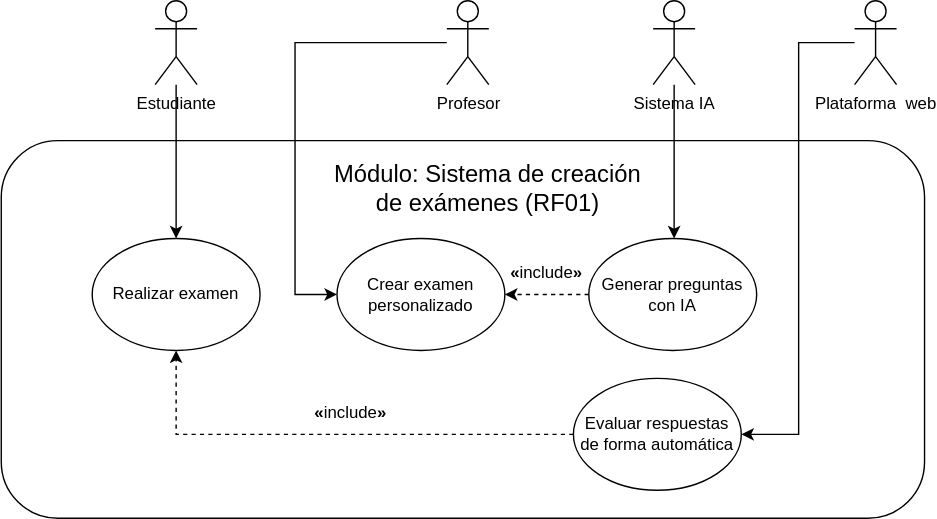
Earlier version of the draw.io export docs/usecases/UCD-gestionDeExamenes.svg (Juanb7737/calificia). Source tidied: cells renumbered, new cells last; positions are measured from the earlier drawing's top-left corner, leaving out a move shared by most shapes.
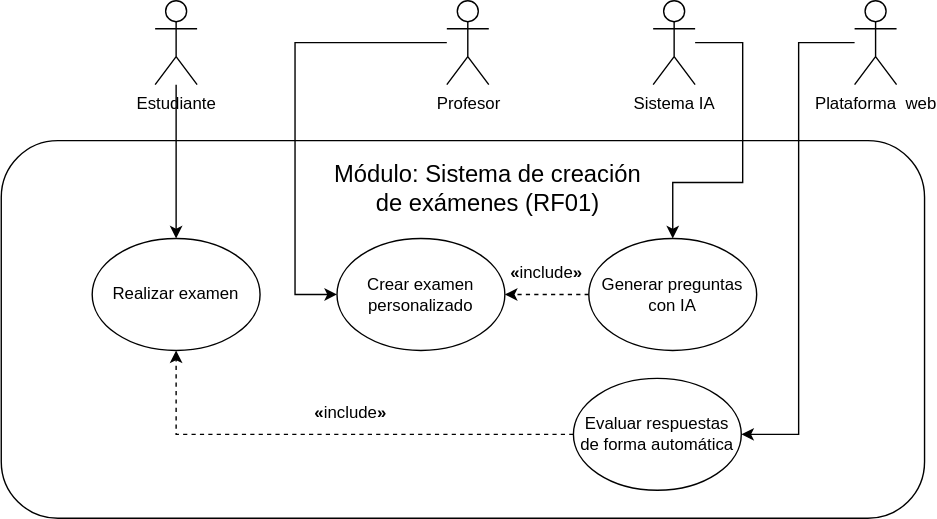
Above is the later version.

What changed in the source:
```diff
@@ -30,10 +30,12 @@
         </Array>
       </mxGeometry>
     </mxCell>
-    <mxCell id="8" style="edgeStyle=orthogonalEdgeStyle;rounded=0;jettySize=auto;html=1;" parent="1" edge="1" source="9" target="12">
+    <mxCell id="8" style="edgeStyle=orthogonalEdgeStyle;rounded=0;jettySize=auto;html=1;entryX=0.5;entryY=0;entryDx=0;entryDy=0;" parent="1" edge="1" source="9" target="12">
       <mxGeometry relative="1" as="geometry">
         <Array as="points">
-          <mxPoint x="480" y="20" />
+          <mxPoint x="530" y="30" />
+          <mxPoint x="530" y="130" />
+          <mxPoint x="480" y="130" />
         </Array>
       </mxGeometry>
     </mxCell>
```
